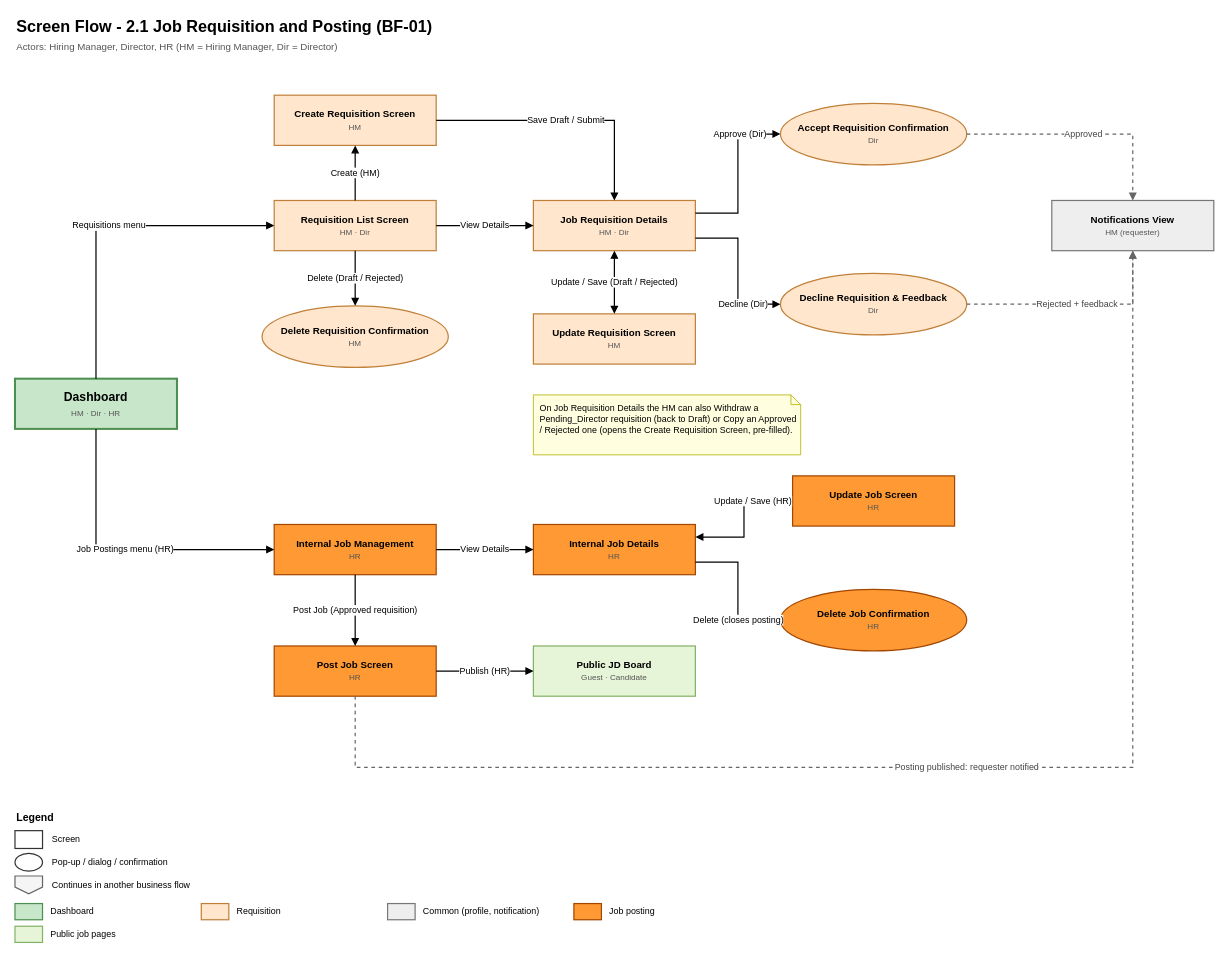
The draw.io diagram page "BF-01 Requisition and Posting" (1 of 8) of docs/members/linhdn/diagram/Screen flow/RMS_ScreenFlow.drawio in Masanori-Satoh/SWP_RMS_Group-2, before the edit. Source tidied: cells renumbered, new cells numbered last; positions are measured from the earlier drawing's top-left corner, leaving out a move shared by most shapes. Both pictures are drawn from the tidied source at 81%, with x=0, y=0 at pixel (15, 14).
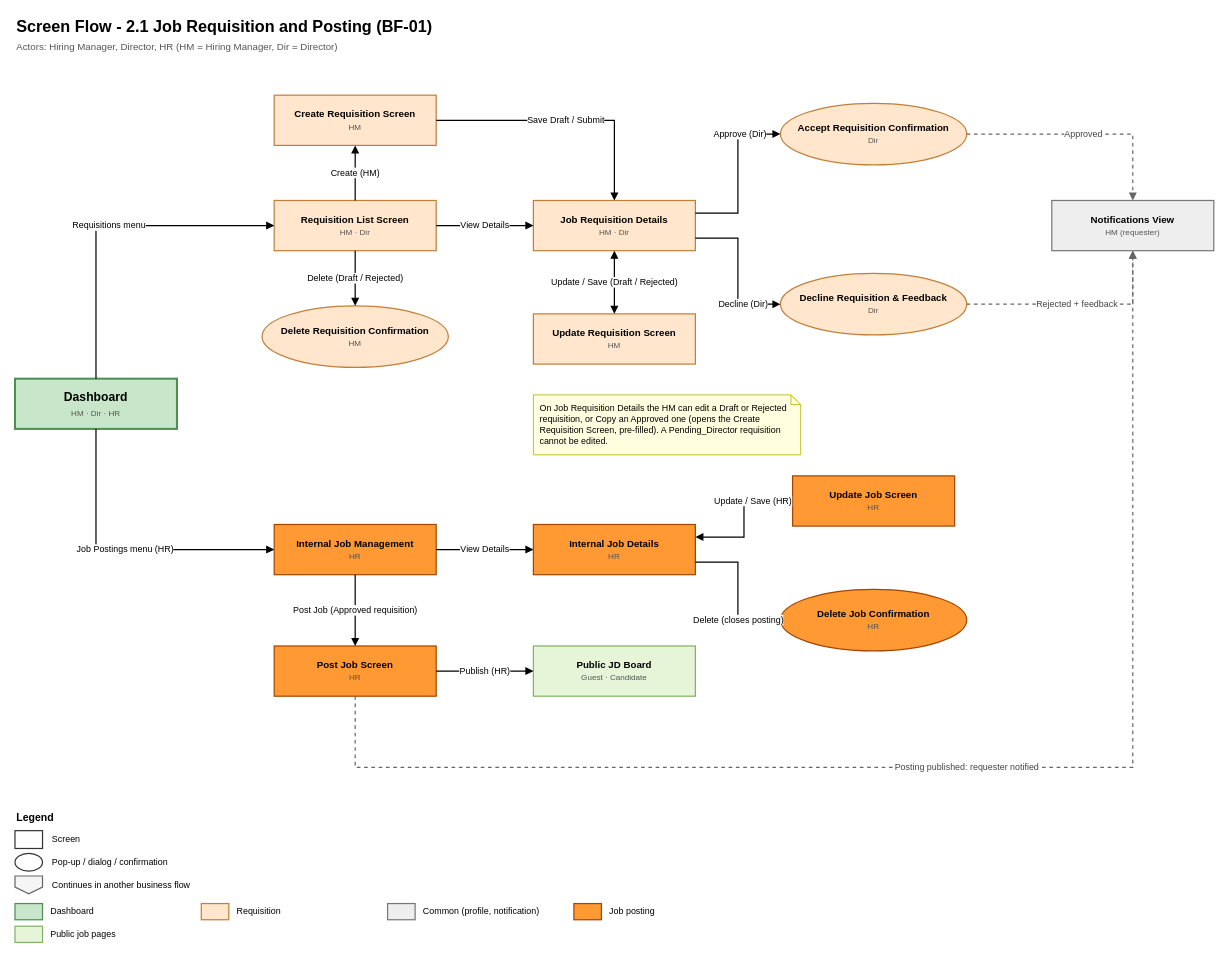
After the change.

The edit, as a diff of the source:
```diff
@@
-    <mxCell id="19" value="On Job Requisition Details the HM can also Withdraw a Pending_Director requisition (back to Draft) or Copy an Approved / Rejected one (opens the Create Requisition Screen, pre-filled)." style="shape=note;size=12;whiteSpace=wrap;html=1;align=left;verticalAlign=top;spacingLeft=6;spacingTop=4;fillColor=#FFFFE0;strokeColor=#B3B300;fontSize=11;" parent="1" vertex="1">
+    <mxCell id="19" value="On Job Requisition Details the HM can edit a Draft or Rejected requisition, or Copy an Approved one (opens the Create Requisition Screen, pre-filled). A Pending_Director requisition cannot be edited." style="shape=note;size=12;whiteSpace=wrap;html=1;align=left;verticalAlign=top;spacingLeft=6;spacingTop=4;fillColor=#FFFFE0;strokeColor=#B3B300;fontSize=11;" parent="1" vertex="1">
       <mxGeometry x="640" y="470" width="330" height="74" as="geometry" />
     </mxCell>
```
